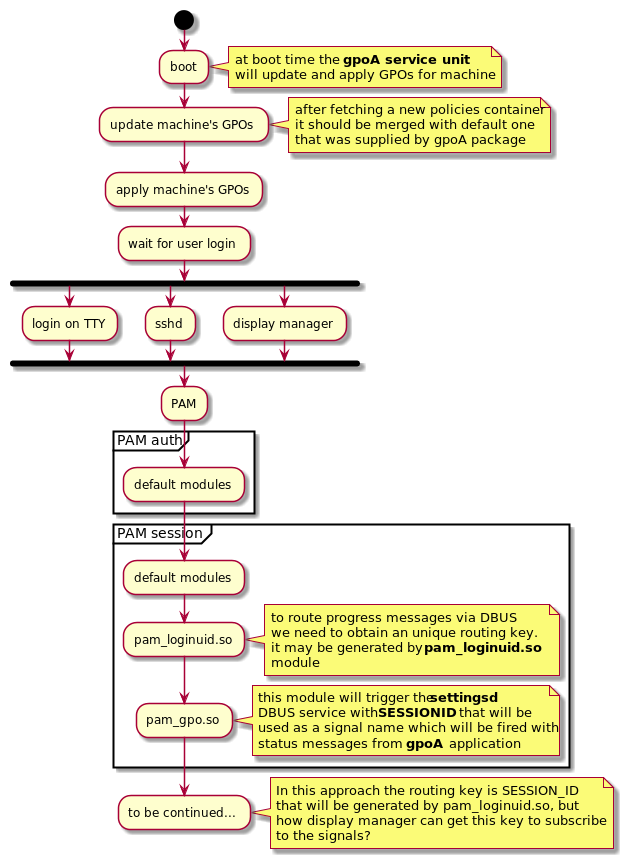
Above: docs/fmod_gpo.activity.png in omgbebebe/settingsd (PlantUML), before the change.
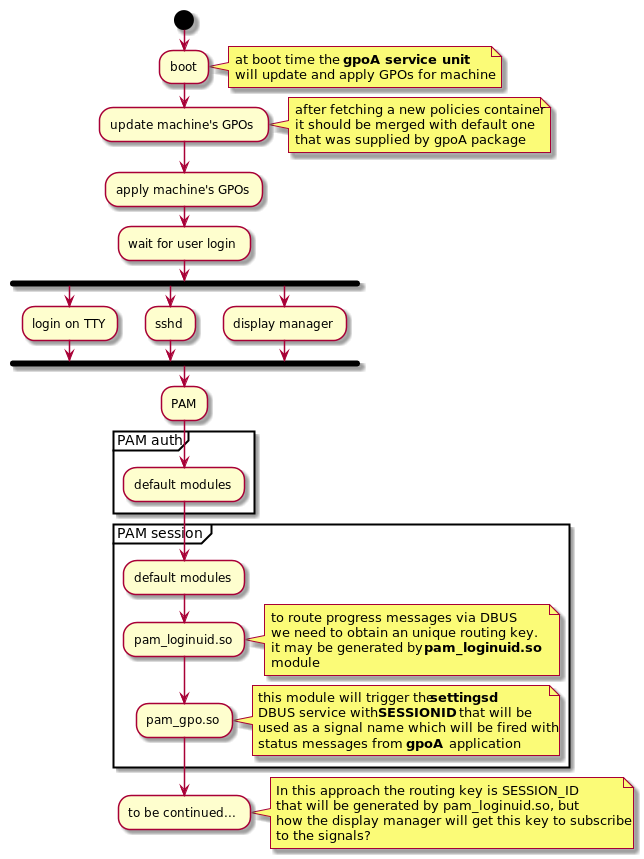
Later version of the same file.

The edit, as a diff of the source:
```diff
@@ -54,7 +54,7 @@
 note right
 In this approach the routing key is SESSION_ID
 that will be generated by pam_loginuid.so, but
-how display manager can get this key to subscribe
+how the display manager will get this key to subscribe
 to the signals?
 end note
 @enduml
```
